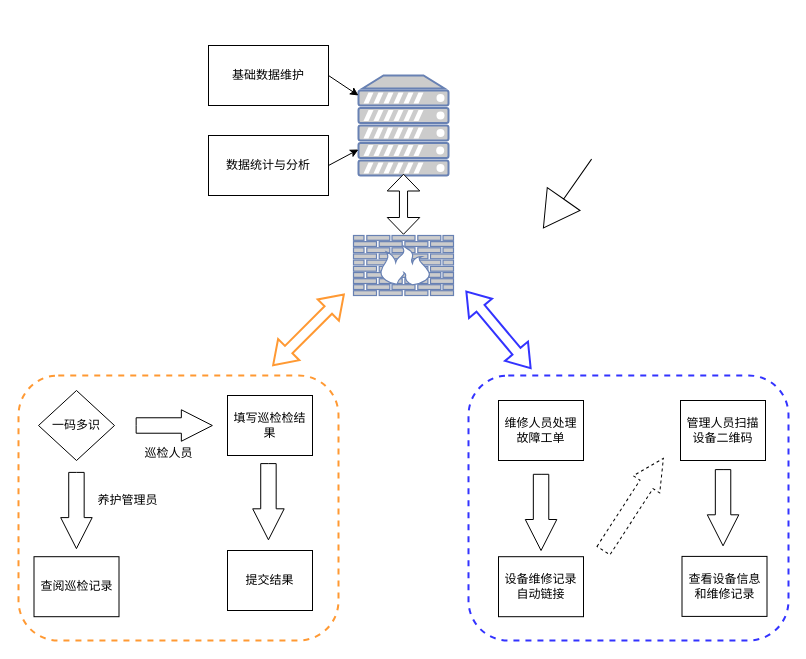
farzinweb/flamingo keeps this draw.io diagram as Untitled Diagram.drawio. Above is the earlier version. Source tidied: cells renumbered, new cells numbered last; positions are measured from the earlier drawing's top-left corner, leaving out a move shared by most shapes. Both pictures are drawn from the tidied source at 100%, with x=0, y=0 at pixel (18, 45). Pictures stored in the file or linked from it are replaced by grey dashed boxes.
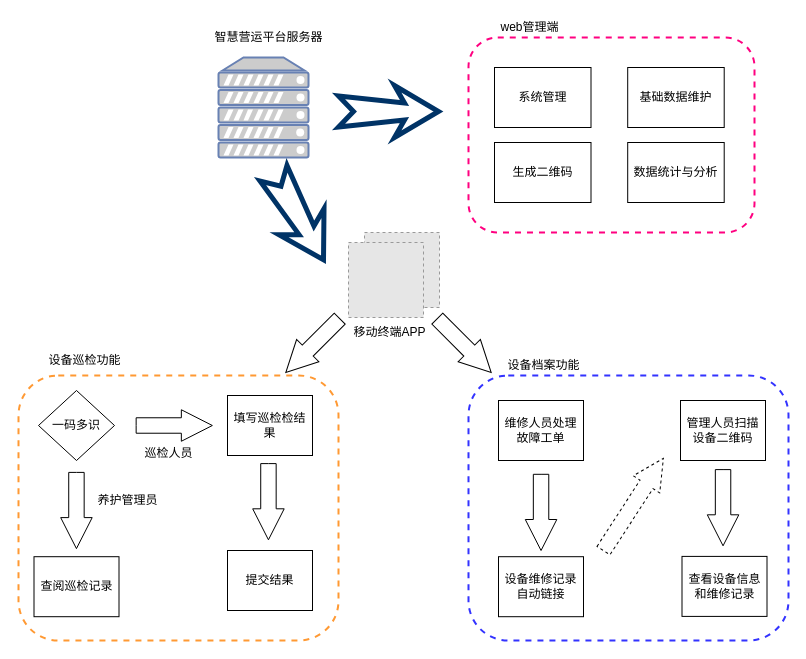
Above is the later version.

Change to the diagram source:
```diff
@@
+    <mxCell id="30" style="fillColor=#E6E6E6;strokeColor=#999999;dashed=1;verticalLabelPosition=bottom;labelBackgroundColor=#ffffff;verticalAlign=top;" parent="1" vertex="1">
+      <mxGeometry x="346" y="187" width="75" height="75" as="geometry" />
+    </mxCell>
@@
     <mxCell id="3" style="fontColor=#0066CC;verticalAlign=top;verticalLabelPosition=bottom;labelPosition=center;align=center;html=1;outlineConnect=0;fillColor=#CCCCCC;strokeColor=#6881B3;gradientColor=none;gradientDirection=north;strokeWidth=2;shape=mxgraph.networks.server;" parent="1" vertex="1">
-      <mxGeometry x="340" y="30" width="90" height="100" as="geometry" />
+      <mxGeometry x="200" y="12" width="90" height="100" as="geometry" />
     </mxCell>
-    <mxCell id="4" style="fontColor=#0066CC;verticalAlign=top;verticalLabelPosition=bottom;labelPosition=center;align=center;html=1;fillColor=#CCCCCC;strokeColor=#6881B3;gradientColor=none;gradientDirection=north;strokeWidth=2;shape=mxgraph.networks.firewall;" parent="1" vertex="1">
-      <mxGeometry x="335" y="190" width="100" height="60" as="geometry" />
-    </mxCell>
-    <mxCell id="5" style="html=1;shadow=0;dashed=0;align=center;verticalAlign=middle;shape=mxgraph.arrows2.twoWayArrow;dy=0.75;dx=16.75;rotation=-90;" parent="1" vertex="1">
-      <mxGeometry x="355" y="142.5" width="60" height="32.5" as="geometry" />
-    </mxCell>
-    <mxCell id="6" style="rounded=0;jettySize=auto;html=1;exitX=1;exitY=0.5;exitDx=0;exitDy=0;" parent="1" edge="1" source="7" target="3">
-      <mxGeometry relative="1" as="geometry" />
-    </mxCell>
-    <mxCell id="7" value="基础数据维护" style="rounded=0;whiteSpace=wrap;html=1;" parent="1" vertex="1">
-      <mxGeometry x="190" width="120" height="60" as="geometry" />
-    </mxCell>
-    <mxCell id="8" style="edgeStyle=none;rounded=0;jettySize=auto;html=1;exitX=1;exitY=0.5;exitDx=0;exitDy=0;" parent="1" edge="1" source="9" target="3">
-      <mxGeometry relative="1" as="geometry" />
-    </mxCell>
-    <mxCell id="9" value="数据统计与分析" style="rounded=0;whiteSpace=wrap;html=1;" parent="1" vertex="1">
-      <mxGeometry x="190" y="90" width="120" height="60" as="geometry" />
-    </mxCell>
-    <mxCell id="10" style="html=1;shadow=0;dashed=0;align=center;verticalAlign=middle;shape=mxgraph.arrows2.arrow;dy=1;dx=35.28;direction=south;notch=0;rotation=35;" parent="1" vertex="1">
-      <mxGeometry x="529" y="106" width="40" height="84" as="geometry" />
-    </mxCell>
@@
-    <mxCell id="28" style="html=1;shadow=0;dashed=0;align=center;verticalAlign=middle;shape=mxgraph.arrows2.twoWayArrow;dy=0.65;dx=22;strokeWidth=2;fillColor=none;gradientColor=none;rotation=-45;strokeColor=#FF9933;" parent="1" vertex="1">
-      <mxGeometry x="240" y="269.3" width="100" height="30" as="geometry" />
-    </mxCell>
-    <mxCell id="29" style="html=1;shadow=0;dashed=0;align=center;verticalAlign=middle;shape=mxgraph.arrows2.twoWayArrow;dy=0.65;dx=22;strokeWidth=2;fillColor=none;gradientColor=none;rotation=-130;strokeColor=#3333FF;" parent="1" vertex="1">
-      <mxGeometry x="430" y="269.3" width="100" height="30" as="geometry" />
-    </mxCell>
+    <mxCell id="7" value="基础数据维护" style="rounded=0;whiteSpace=wrap;html=1;" parent="1" vertex="1">
+      <mxGeometry x="609.2" y="22" width="96.5" height="60" as="geometry" />
+    </mxCell>
+    <mxCell id="9" value="数据统计与分析" style="rounded=0;whiteSpace=wrap;html=1;" parent="1" vertex="1">
+      <mxGeometry x="609.2" y="97" width="96.5" height="60" as="geometry" />
+    </mxCell>
+    <mxCell id="31" style="fillColor=#E6E6E6;strokeColor=#999999;dashed=1;verticalLabelPosition=bottom;labelBackgroundColor=#ffffff;verticalAlign=top;" parent="1" vertex="1">
+      <mxGeometry x="330" y="197" width="75" height="75" as="geometry" />
+    </mxCell>
+    <mxCell id="32" value="系统管理" style="rounded=0;whiteSpace=wrap;html=1;" parent="1" vertex="1">
+      <mxGeometry x="476" y="22" width="96.5" height="60" as="geometry" />
+    </mxCell>
+    <mxCell id="33" value="生成二维码" style="rounded=0;whiteSpace=wrap;html=1;" parent="1" vertex="1">
+      <mxGeometry x="476" y="97" width="96.5" height="60" as="geometry" />
+    </mxCell>
+    <mxCell id="34" value="智慧营运平台服务器" style="text;html=1;align=center;verticalAlign=middle;fillColor=none;strokeColor=none;rounded=0;" parent="1" vertex="1">
+      <mxGeometry x="190" y="-18" width="120" height="20" as="geometry" />
+    </mxCell>
+    <mxCell id="35" style="rounded=1;whiteSpace=wrap;html=1;dashed=1;fillColor=none;strokeWidth=2;strokeColor=#FF0080;" parent="1" vertex="1">
+      <mxGeometry x="450" y="-8" width="286" height="195" as="geometry" />
+    </mxCell>
+    <mxCell id="36" value="web管理端" style="text;html=1;align=center;verticalAlign=middle;fillColor=none;strokeColor=none;rounded=0;" parent="1" vertex="1">
+      <mxGeometry x="476" y="-28" width="70" height="20" as="geometry" />
+    </mxCell>
+    <mxCell id="37" value="设备巡检功能" style="text;html=1;align=center;verticalAlign=middle;fillColor=none;strokeColor=none;rounded=0;" parent="1" vertex="1">
+      <mxGeometry x="20.5" y="305" width="90" height="20" as="geometry" />
+    </mxCell>
+    <mxCell id="38" value="设备档案功能" style="text;html=1;align=center;verticalAlign=middle;fillColor=none;strokeColor=none;rounded=0;" parent="1" vertex="1">
+      <mxGeometry x="480" y="310" width="90" height="20" as="geometry" />
+    </mxCell>
+    <mxCell id="39" value="移动终端APP" style="text;html=1;align=center;verticalAlign=middle;fillColor=none;strokeColor=none;rounded=0;" parent="1" vertex="1">
+      <mxGeometry x="326" y="277" width="90" height="20" as="geometry" />
+    </mxCell>
+    <mxCell id="40" style="html=1;shadow=0;dashed=0;align=center;verticalAlign=middle;shape=mxgraph.arrows2.stylisedArrow;dy=0.67;dx=34;notch=15;feather=0.4;strokeWidth=5;strokeColor=#003366;" parent="1" vertex="1">
+      <mxGeometry x="320" y="40" width="100" height="52" as="geometry" />
+    </mxCell>
+    <mxCell id="41" style="html=1;shadow=0;dashed=0;align=center;verticalAlign=middle;shape=mxgraph.arrows2.stylisedArrow;dy=0.67;dx=34;notch=15;feather=0.4;strokeWidth=5;strokeColor=#003366;rotation=60;" parent="1" vertex="1">
+      <mxGeometry x="230" y="145" width="100" height="52" as="geometry" />
+    </mxCell>
+    <mxCell id="42" style="html=1;shadow=0;dashed=0;align=center;verticalAlign=middle;shape=mxgraph.arrows2.arrow;dy=0.51;dx=31;direction=south;notch=0;rotation=-45;" parent="1" vertex="1">
+      <mxGeometry x="430" y="262" width="31.5" height="76.2" as="geometry" />
+    </mxCell>
+    <mxCell id="43" style="html=1;shadow=0;dashed=0;align=center;verticalAlign=middle;shape=mxgraph.arrows2.arrow;dy=0.51;dx=31;direction=south;notch=0;rotation=45;" parent="1" vertex="1">
+      <mxGeometry x="278.5" y="262" width="31.5" height="76.2" as="geometry" />
+    </mxCell>
```
